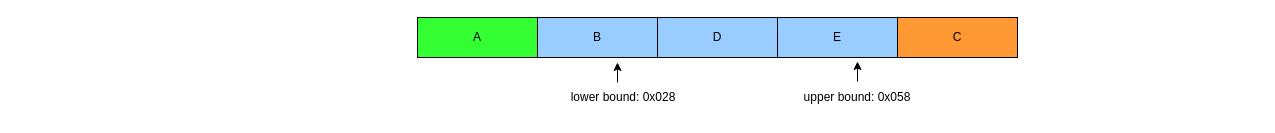
Above: layout.drawio in luxufan/simple-website-template (draw.io), before the change. Source tidied: cells renumbered, new cells numbered last; positions are measured from the earlier drawing's top-left corner, leaving out a move shared by most shapes. Both pictures are drawn from the tidied source at 100%, with x=0, y=0 at pixel (417, 17).
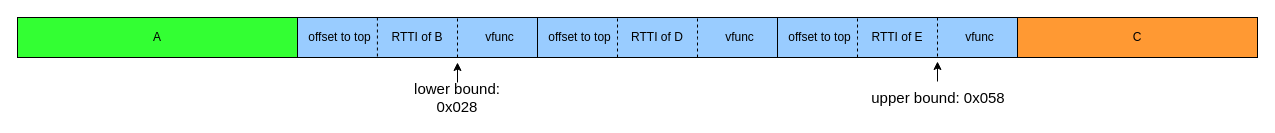
The same diagram, later.

What changed in the source:
```diff
@@
     <mxCell id="2" value="A" style="rounded=0;whiteSpace=wrap;html=1;fillColor=#33FF33;" parent="1" vertex="1">
-      <mxGeometry width="120" height="40" as="geometry" />
+      <mxGeometry x="-400" width="280" height="40" as="geometry" />
     </mxCell>
-    <mxCell id="3" value="B" style="rounded=0;whiteSpace=wrap;html=1;fillColor=#99CCFF;" parent="1" vertex="1">
-      <mxGeometry x="120" width="120" height="40" as="geometry" />
+    <mxCell id="3" value="RTTI of B" style="rounded=0;whiteSpace=wrap;html=1;fillColor=#99CCFF;" parent="1" vertex="1">
+      <mxGeometry x="-120" width="240" height="40" as="geometry" />
     </mxCell>
-    <mxCell id="4" value="D" style="rounded=0;whiteSpace=wrap;html=1;fillColor=#99CCFF;" parent="1" vertex="1">
-      <mxGeometry x="240" width="120" height="40" as="geometry" />
+    <mxCell id="4" value="RTTI of D" style="rounded=0;whiteSpace=wrap;html=1;fillColor=#99CCFF;" parent="1" vertex="1">
+      <mxGeometry x="120" width="240" height="40" as="geometry" />
     </mxCell>
-    <mxCell id="5" value="E" style="rounded=0;whiteSpace=wrap;html=1;fillColor=#99CCFF;" parent="1" vertex="1">
-      <mxGeometry x="360" width="120" height="40" as="geometry" />
+    <mxCell id="5" value="RTTI of E" style="rounded=0;whiteSpace=wrap;html=1;fillColor=#99CCFF;" parent="1" vertex="1">
+      <mxGeometry x="360" width="240" height="40" as="geometry" />
     </mxCell>
     <mxCell id="6" value="C" style="rounded=0;whiteSpace=wrap;html=1;fillColor=#FF9933;" parent="1" vertex="1">
-      <mxGeometry x="480" width="120" height="40" as="geometry" />
+      <mxGeometry x="600" width="240" height="40" as="geometry" />
     </mxCell>
     <mxCell id="7" style="endArrow=classic;html=1;rounded=0;" parent="1" edge="1">
       <mxGeometry relative="1" as="geometry">
-        <mxPoint x="200" y="65" as="sourcePoint" />
-        <mxPoint x="200" y="45" as="targetPoint" />
+        <mxPoint x="40" y="65" as="sourcePoint" />
+        <mxPoint x="40" y="45" as="targetPoint" />
       </mxGeometry>
     </mxCell>
     <mxCell id="8" style="endArrow=classic;html=1;rounded=0;" parent="1" edge="1">
       <mxGeometry relative="1" as="geometry">
-        <mxPoint x="440" y="64" as="sourcePoint" />
-        <mxPoint x="440" y="44" as="targetPoint" />
+        <mxPoint x="520" y="64" as="sourcePoint" />
+        <mxPoint x="520" y="44" as="targetPoint" />
       </mxGeometry>
     </mxCell>
-    <mxCell id="9" value="lower bound: 0x028" style="rounded=0;whiteSpace=wrap;html=1;strokeColor=#FFFFFF;" parent="1" vertex="1">
-      <mxGeometry x="141" y="70" width="130" height="20" as="geometry" />
+    <mxCell id="9" value="&lt;font style=&quot;font-size: 15px;&quot;&gt;lower bound: 0x028&lt;/font&gt;" style="rounded=0;whiteSpace=wrap;html=1;strokeColor=#FFFFFF;" parent="1" vertex="1">
+      <mxGeometry x="-25" y="70" width="130" height="20" as="geometry" />
     </mxCell>
-    <mxCell id="10" value="upper bound: 0x058" style="rounded=0;whiteSpace=wrap;html=1;strokeColor=#FFFFFF;" parent="1" vertex="1">
-      <mxGeometry x="370" y="65" width="140" height="30" as="geometry" />
+    <mxCell id="10" value="upper bound: 0x058" style="rounded=0;whiteSpace=wrap;html=1;strokeColor=#FFFFFF;fontSize=15;" parent="1" vertex="1">
+      <mxGeometry x="451" y="65" width="140" height="30" as="geometry" />
     </mxCell>
+    <mxCell id="11" style="endArrow=none;dashed=1;html=1;rounded=0;exitX=0.333;exitY=0.975;exitDx=0;exitDy=0;exitPerimeter=0;entryX=0.333;entryY=0;entryDx=0;entryDy=0;entryPerimeter=0;" parent="1" edge="1" source="3" target="3">
+      <mxGeometry relative="1" as="geometry" />
+    </mxCell>
+    <mxCell id="12" style="endArrow=none;dashed=1;html=1;rounded=0;exitX=0.333;exitY=0.975;exitDx=0;exitDy=0;exitPerimeter=0;" parent="1" edge="1">
+      <mxGeometry relative="1" as="geometry">
+        <mxPoint x="200" y="40" as="sourcePoint" />
+        <mxPoint x="200" y="1" as="targetPoint" />
+        <Array as="points">
+          <mxPoint x="200" y="21" />
+        </Array>
+      </mxGeometry>
+    </mxCell>
+    <mxCell id="13" style="endArrow=none;dashed=1;html=1;rounded=0;exitX=0.333;exitY=0.975;exitDx=0;exitDy=0;exitPerimeter=0;" parent="1" edge="1">
+      <mxGeometry relative="1" as="geometry">
+        <mxPoint x="280" y="40" as="sourcePoint" />
+        <mxPoint x="280" y="1" as="targetPoint" />
+        <Array as="points">
+          <mxPoint x="280" y="21" />
+        </Array>
+      </mxGeometry>
+    </mxCell>
+    <mxCell id="14" style="endArrow=none;dashed=1;html=1;rounded=0;exitX=0.333;exitY=0.975;exitDx=0;exitDy=0;exitPerimeter=0;" parent="1" edge="1">
+      <mxGeometry relative="1" as="geometry">
+        <mxPoint x="440" y="40" as="sourcePoint" />
+        <mxPoint x="440" y="1" as="targetPoint" />
+        <Array as="points">
+          <mxPoint x="440" y="21" />
+        </Array>
+      </mxGeometry>
+    </mxCell>
+    <mxCell id="15" style="endArrow=none;dashed=1;html=1;rounded=0;exitX=0.333;exitY=0.975;exitDx=0;exitDy=0;exitPerimeter=0;entryX=0.333;entryY=0;entryDx=0;entryDy=0;entryPerimeter=0;" parent="1" edge="1">
+      <mxGeometry relative="1" as="geometry">
+        <mxPoint x="40" y="40" as="sourcePoint" />
+        <mxPoint x="40" y="1" as="targetPoint" />
+      </mxGeometry>
+    </mxCell>
+    <mxCell id="16" style="endArrow=none;dashed=1;html=1;rounded=0;exitX=0.333;exitY=0.975;exitDx=0;exitDy=0;exitPerimeter=0;" parent="1" edge="1">
+      <mxGeometry relative="1" as="geometry">
+        <mxPoint x="520" y="39" as="sourcePoint" />
+        <mxPoint x="520" as="targetPoint" />
+        <Array as="points">
+          <mxPoint x="520" y="20" />
+        </Array>
+      </mxGeometry>
+    </mxCell>
+    <mxCell id="17" value="offset to top" style="rounded=0;whiteSpace=wrap;html=1;fillColor=#99CCFF;strokeColor=#99CCFF;" parent="1" vertex="1">
+      <mxGeometry x="-110" y="10" width="65" height="20" as="geometry" />
+    </mxCell>
+    <mxCell id="18" value="offset to top" style="rounded=0;whiteSpace=wrap;html=1;fillColor=#99CCFF;strokeColor=#99CCFF;" parent="1" vertex="1">
+      <mxGeometry x="130" y="10" width="65" height="20" as="geometry" />
+    </mxCell>
+    <mxCell id="19" value="offset to top" style="rounded=0;whiteSpace=wrap;html=1;fillColor=#99CCFF;strokeColor=#99CCFF;" parent="1" vertex="1">
+      <mxGeometry x="370" y="10" width="65" height="20" as="geometry" />
+    </mxCell>
+    <mxCell id="20" value="vfunc" style="rounded=0;whiteSpace=wrap;html=1;fillColor=#99CCFF;strokeColor=#99CCFF;" parent="1" vertex="1">
+      <mxGeometry x="50" y="10" width="65" height="20" as="geometry" />
+    </mxCell>
+    <mxCell id="21" value="vfunc" style="rounded=0;whiteSpace=wrap;html=1;fillColor=#99CCFF;strokeColor=#99CCFF;" parent="1" vertex="1">
+      <mxGeometry x="290" y="10" width="65" height="20" as="geometry" />
+    </mxCell>
+    <mxCell id="22" value="vfunc" style="rounded=0;whiteSpace=wrap;html=1;fillColor=#99CCFF;strokeColor=#99CCFF;" parent="1" vertex="1">
+      <mxGeometry x="530" y="10" width="65" height="20" as="geometry" />
+    </mxCell>
```
